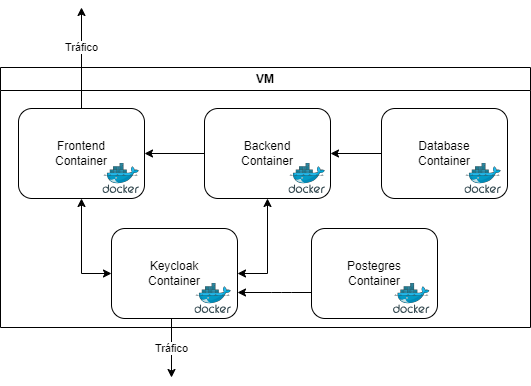
The draw.io diagram Deliverables/Sprint2-Phase2/MarkdownImages/Infra/infraestrutura.drawio.png in DESOFSM1A6/desofs2024_M1A_6, before a commit. Source tidied: cells renumbered, new cells last; positions are measured from the earlier drawing's top-left corner, leaving out a move shared by most shapes.
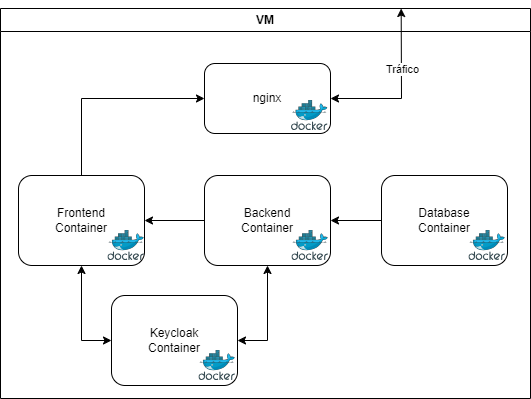
After the change.

The edit, as a diff of the source:
```diff
@@ -3,27 +3,44 @@
     <mxCell id="0" />
     <mxCell id="1" parent="0" />
     <mxCell id="2" value="VM" style="swimlane;whiteSpace=wrap;html=1;" parent="1" vertex="1">
-      <mxGeometry y="60" width="530" height="260" as="geometry" />
+      <mxGeometry y="60" width="530" height="390" as="geometry" />
     </mxCell>
+    <mxCell id="20" value="nginx" style="rounded=1;whiteSpace=wrap;html=1;" parent="2" vertex="1">
+      <mxGeometry x="204" y="55" width="126" height="70" as="geometry" />
+    </mxCell>
+    <mxCell id="21" style="image;sketch=0;html=1;align=center;fontSize=12;image=img/lib/mscae/Docker.svg;" parent="2" vertex="1">
+      <mxGeometry x="291" y="92" width="36.6" height="30" as="geometry" />
+    </mxCell>
     <mxCell id="3" value="Frontend&lt;div&gt;Container&lt;/div&gt;" style="rounded=1;whiteSpace=wrap;html=1;" parent="2" vertex="1">
-      <mxGeometry x="18" y="41" width="126" height="90" as="geometry" />
+      <mxGeometry x="18" y="167" width="126" height="90" as="geometry" />
     </mxCell>
+    <mxCell id="19" style="image;sketch=0;html=1;align=center;fontSize=12;image=img/lib/mscae/Docker.svg;" parent="2" vertex="1">
+      <mxGeometry x="107.4" y="222" width="36.6" height="30" as="geometry" />
+    </mxCell>
-    <mxCell id="4" value="Tráfico" style="endArrow=classic;html=1;rounded=0;exitX=0.5;exitY=0;exitDx=0;exitDy=0;" parent="2" edge="1" source="3">
-      <mxGeometry x="0.21" relative="1" as="geometry">
-        <mxPoint x="81" y="-60" as="targetPoint" />
+    <mxCell id="4" style="endArrow=classic;html=1;rounded=0;exitX=0.5;exitY=0;exitDx=0;exitDy=0;entryX=0;entryY=0.5;entryDx=0;entryDy=0;" parent="2" edge="1" source="3" target="20">
+      <mxGeometry relative="1" as="geometry">
+        <Array as="points">
+          <mxPoint x="81" y="90" />
+        </Array>
       </mxGeometry>
     </mxCell>
     <mxCell id="5" value="Backend&lt;div&gt;Container&lt;/div&gt;" style="rounded=1;whiteSpace=wrap;html=1;" parent="2" vertex="1">
-      <mxGeometry x="204" y="41" width="126" height="90" as="geometry" />
+      <mxGeometry x="204" y="167" width="126" height="90" as="geometry" />
     </mxCell>
+    <mxCell id="17" style="image;sketch=0;html=1;align=center;fontSize=12;image=img/lib/mscae/Docker.svg;" parent="2" vertex="1">
+      <mxGeometry x="291.4" y="222" width="36.6" height="30" as="geometry" />
+    </mxCell>
     <mxCell id="6" value="Database&lt;div&gt;Container&lt;/div&gt;" style="rounded=1;whiteSpace=wrap;html=1;" parent="2" vertex="1">
-      <mxGeometry x="381" y="41" width="126" height="90" as="geometry" />
+      <mxGeometry x="381" y="167" width="126" height="90" as="geometry" />
     </mxCell>
+    <mxCell id="18" style="image;sketch=0;html=1;align=center;fontSize=12;image=img/lib/mscae/Docker.svg;" parent="2" vertex="1">
+      <mxGeometry x="468.4" y="222" width="36.6" height="30" as="geometry" />
+    </mxCell>
     <mxCell id="7" value="&lt;div&gt;Keycloak&lt;/div&gt;&lt;div&gt;Container&lt;/div&gt;" style="rounded=1;whiteSpace=wrap;html=1;" parent="2" vertex="1">
-      <mxGeometry x="111" y="161" width="126" height="90" as="geometry" />
+      <mxGeometry x="111" y="287" width="126" height="90" as="geometry" />
     </mxCell>
     <mxCell id="8" style="image;sketch=0;html=1;align=center;fontSize=12;image=img/lib/mscae/Docker.svg;" parent="2" vertex="1">
-      <mxGeometry x="194.4" y="216" width="36.6" height="30" as="geometry" />
+      <mxGeometry x="198.4" y="342" width="36.6" height="30" as="geometry" />
     </mxCell>
     <mxCell id="9" style="endArrow=classic;html=1;rounded=0;exitX=0;exitY=0.5;exitDx=0;exitDy=0;" parent="2" edge="1" source="5" target="3">
       <mxGeometry relative="1" as="geometry" />
@@ -34,46 +51,26 @@
     <mxCell id="11" style="endArrow=classic;startArrow=classic;html=1;rounded=0;exitX=0.5;exitY=1;exitDx=0;exitDy=0;entryX=0;entryY=0.5;entryDx=0;entryDy=0;" parent="2" edge="1" source="3" target="7">
       <mxGeometry relative="1" as="geometry">
         <Array as="points">
-          <mxPoint x="81" y="206" />
+          <mxPoint x="81" y="332" />
         </Array>
       </mxGeometry>
     </mxCell>
     <mxCell id="12" style="endArrow=classic;startArrow=classic;html=1;rounded=0;exitX=1;exitY=0.5;exitDx=0;exitDy=0;entryX=0.5;entryY=1;entryDx=0;entryDy=0;" parent="2" edge="1" source="7" target="5">
       <mxGeometry relative="1" as="geometry">
         <Array as="points">
-          <mxPoint x="267" y="206" />
+          <mxPoint x="267" y="332" />
         </Array>
       </mxGeometry>
     </mxCell>
-    <mxCell id="13" style="edgeStyle=none;html=1;entryX=1;entryY=0.5;entryDx=0;entryDy=0;" parent="2" edge="1">
-      <mxGeometry relative="1" as="geometry">
-        <mxPoint x="311" y="225" as="sourcePoint" />
-        <mxPoint x="237" y="225" as="targetPoint" />
-        <Array as="points">
-          <mxPoint x="281" y="225" />
-        </Array>
-      </mxGeometry>
-    </mxCell>
-    <mxCell id="14" value="&lt;div&gt;Postegres&lt;/div&gt;&lt;div&gt;Container&lt;/div&gt;" style="rounded=1;whiteSpace=wrap;html=1;" parent="2" vertex="1">
-      <mxGeometry x="311" y="161" width="126" height="90" as="geometry" />
-    </mxCell>
+    <mxCell id="22" style="endArrow=classic;startArrow=classic;html=1;rounded=0;exitX=0.756;exitY=0;exitDx=0;exitDy=0;entryX=1;entryY=0.5;entryDx=0;entryDy=0;exitPerimeter=0;" parent="2" edge="1" source="2" target="20">
+      <mxGeometry relative="1" as="geometry">
+        <Array as="points">
+          <mxPoint x="401" y="90" />
+        </Array>
+      </mxGeometry>
+    </mxCell>
-    <mxCell id="15" value="Tráfico" style="endArrow=classic;html=1;exitX=0.5;exitY=1;exitDx=0;exitDy=0;" parent="1" edge="1">
-      <mxGeometry relative="1" as="geometry">
-        <mxPoint x="171" y="311" as="sourcePoint" />
-        <mxPoint x="171" y="370" as="targetPoint" />
-      </mxGeometry>
+    <mxCell id="15" value="Tráfico" style="edgeLabel;html=1;align=center;verticalAlign=middle;" parent="22" vertex="1">
+      <mxGeometry x="-0.25" y="1" relative="1" as="geometry" />
     </mxCell>
-    <mxCell id="16" style="image;sketch=0;html=1;align=center;fontSize=12;image=img/lib/mscae/Docker.svg;" parent="1" vertex="1">
-      <mxGeometry x="393" y="276" width="36.6" height="30" as="geometry" />
-    </mxCell>
-    <mxCell id="17" style="image;sketch=0;html=1;align=center;fontSize=12;image=img/lib/mscae/Docker.svg;" parent="1" vertex="1">
-      <mxGeometry x="288.4" y="156" width="36.6" height="30" as="geometry" />
-    </mxCell>
-    <mxCell id="18" style="image;sketch=0;html=1;align=center;fontSize=12;image=img/lib/mscae/Docker.svg;" parent="1" vertex="1">
-      <mxGeometry x="464.4" y="156" width="36.6" height="30" as="geometry" />
-    </mxCell>
-    <mxCell id="19" style="image;sketch=0;html=1;align=center;fontSize=12;image=img/lib/mscae/Docker.svg;" parent="1" vertex="1">
-      <mxGeometry x="102.4" y="156" width="36.6" height="30" as="geometry" />
-    </mxCell>
   </root>
 </mxGraphModel>
```
